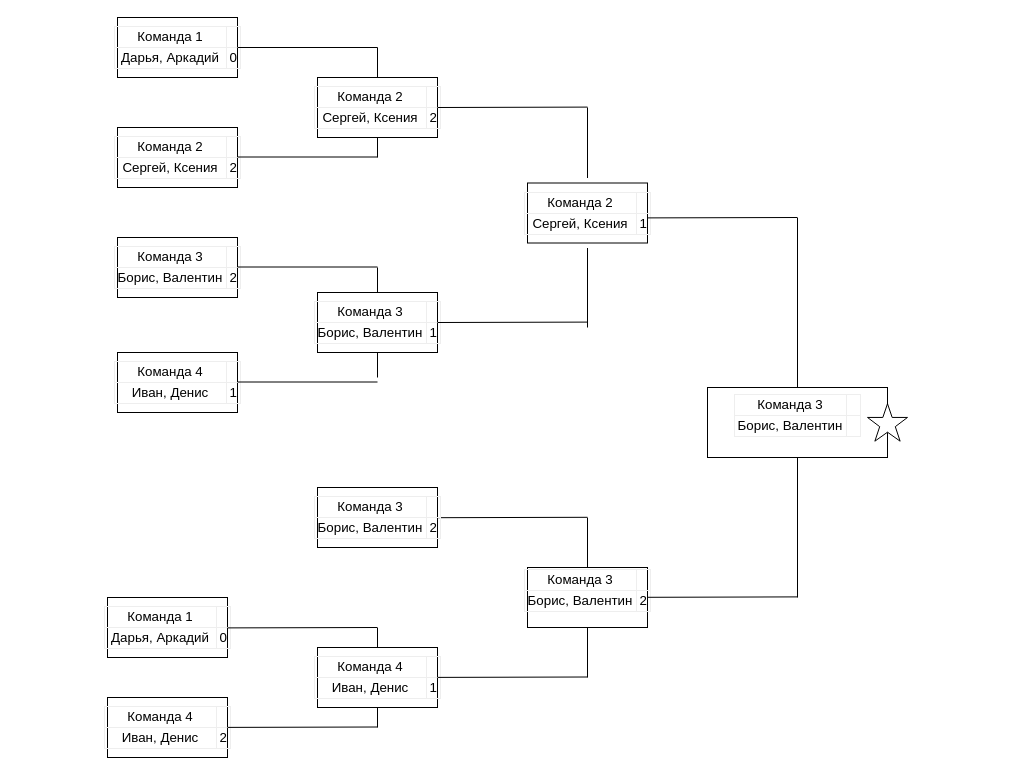
Before: Диаграмма без названия.drawio in ispite/setka, a draw.io diagram. Source tidied: cells renumbered, new cells numbered last; positions are measured from the earlier drawing's top-left corner, leaving out a move shared by most shapes. Both pictures are drawn from the tidied source at 100%, with x=0, y=0 at pixel (17, 17). Pictures stored in the file or linked from it are replaced by grey dashed boxes.
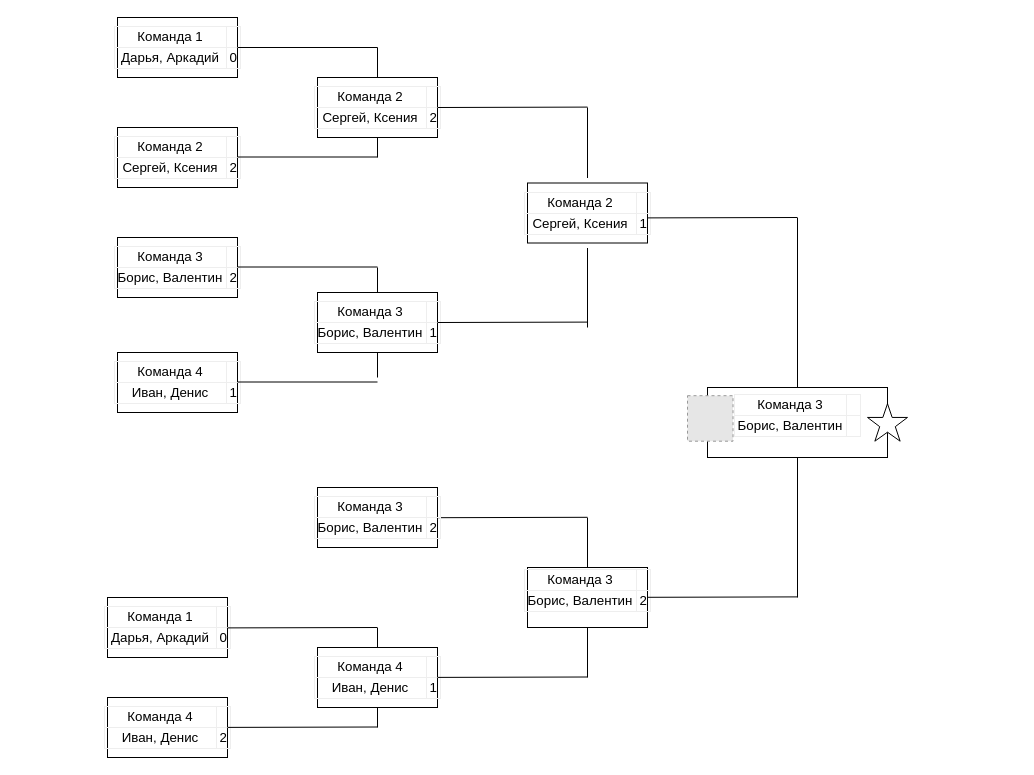
After the change.

Diff of the diagram source:
```diff
@@
+    <mxCell id="45" style="fillColor=#E6E6E6;strokeColor=#999999;dashed=1;html=1;verticalLabelPosition=bottom;verticalAlign=top;" parent="1" vertex="1">
+      <mxGeometry x="670" y="378.2" width="45.5" height="45.5" as="geometry" />
+    </mxCell>
```
